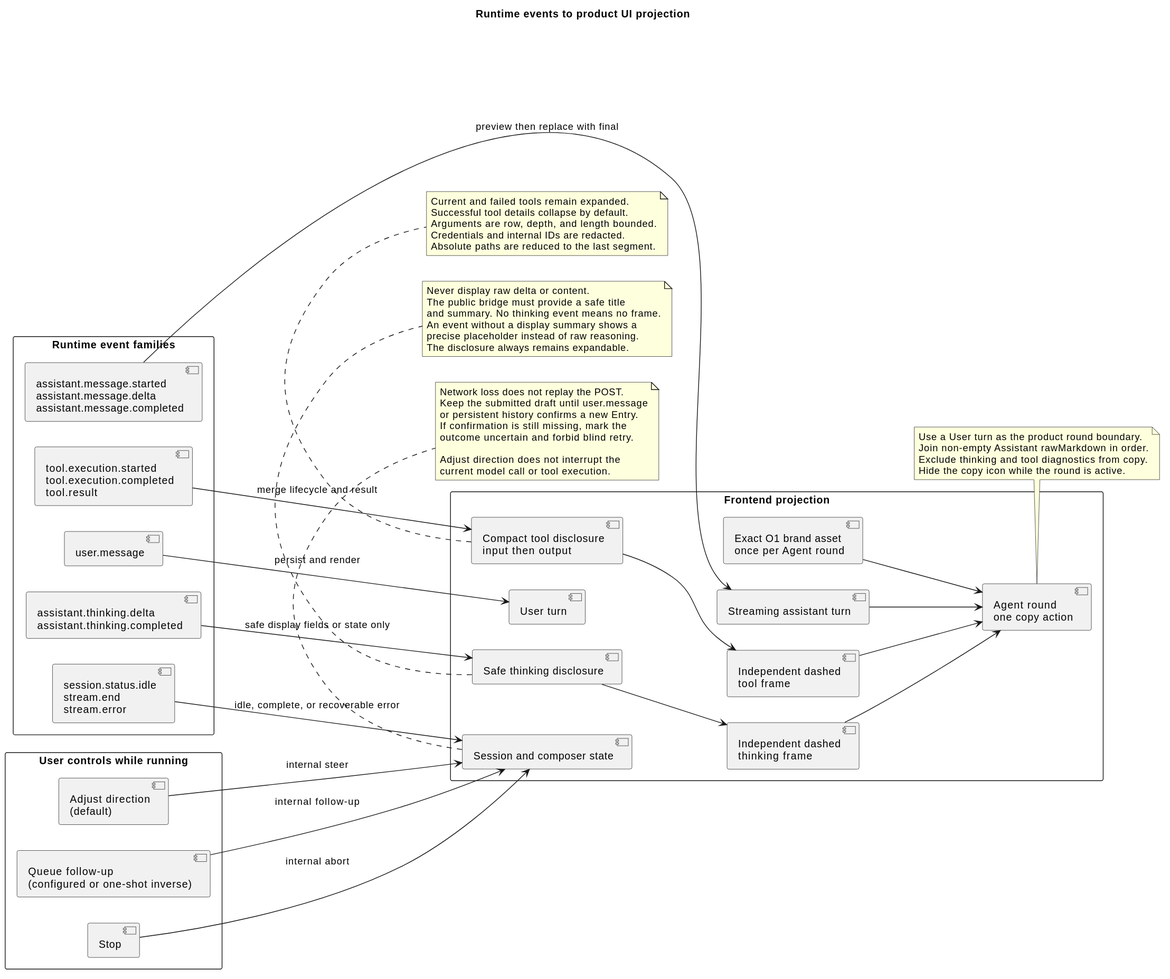
The PlantUML diagram docs/designs/campusclaw-frontend/runtime_event_ui_projection.svg in 2862282695gjh-afk/pi-mono-java, before a commit.
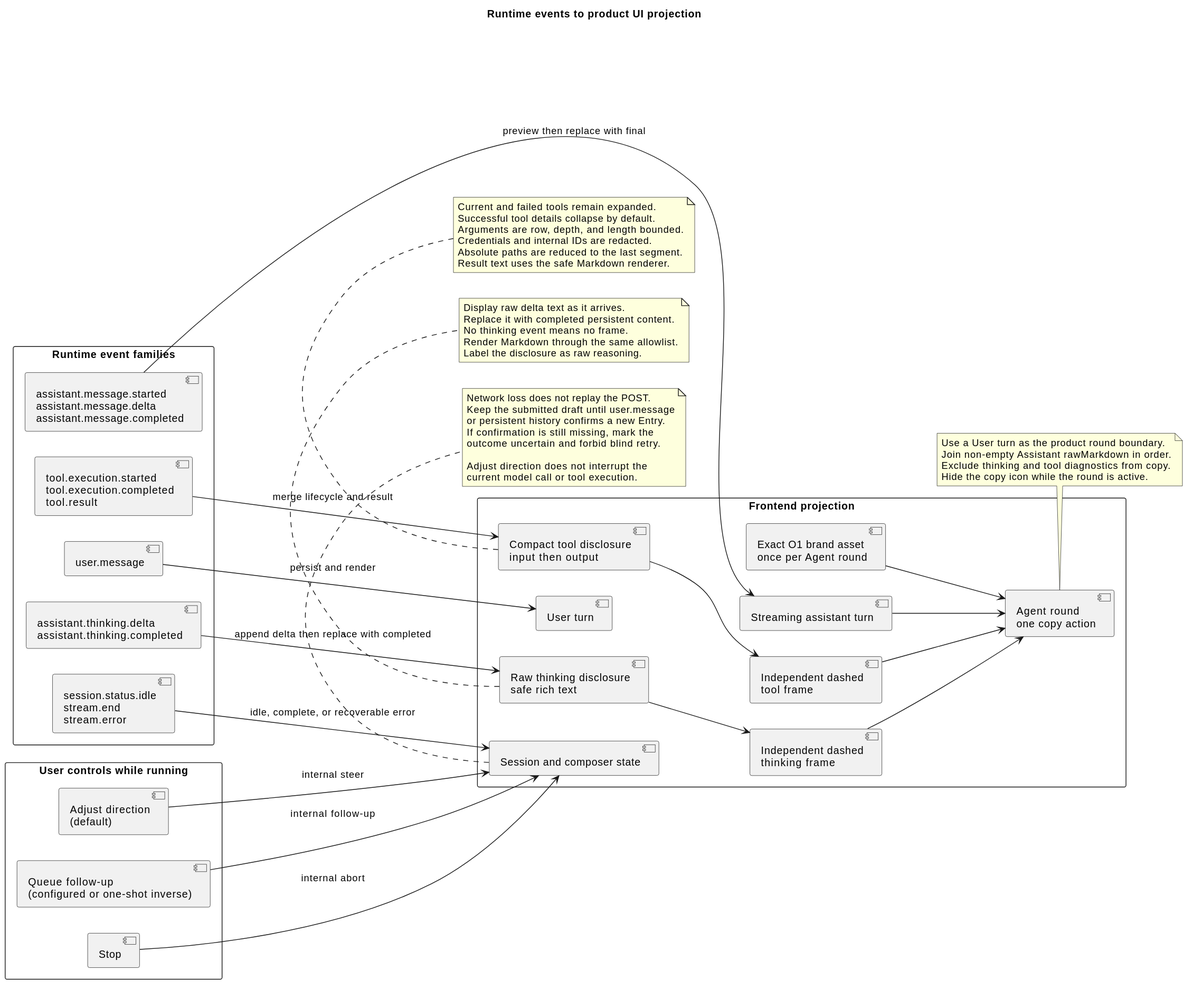
The same file after the commit.

Change to the diagram source:
```diff
@@ -14,7 +14,7 @@
 rectangle "Frontend projection" as Projection {
   component "User turn" as UserTurn
   component "Streaming assistant turn" as AssistantTurn
-  component "Safe thinking disclosure" as ThinkingDisclosure
+  component "Raw thinking disclosure\nsafe rich text" as ThinkingDisclosure
   component "Compact tool disclosure\ninput then output" as ToolDisclosure
   component "Independent dashed\nthinking frame" as ThinkingFrame
   component "Independent dashed\ntool frame" as ToolFrame
@@ -31,7 +31,7 @@
 
 UserEvent --> UserTurn : persist and render
 AssistantEvents --> AssistantTurn : preview then replace with final
-ThinkingEvents --> ThinkingDisclosure : safe display fields or state only
+ThinkingEvents --> ThinkingDisclosure : append delta then replace with completed
 ToolEvents --> ToolDisclosure : merge lifecycle and result
 TerminalEvents --> SessionState : idle, complete, or recoverable error
 ThinkingDisclosure --> ThinkingFrame
@@ -46,12 +46,11 @@
 Stop --> SessionState : internal abort
 
 note bottom of ThinkingDisclosure
-Never display raw delta or content.
-The public bridge must provide a safe title
-and summary. No thinking event means no frame.
-An event without a display summary shows a
-precise placeholder instead of raw reasoning.
-The disclosure always remains expandable.
+Display raw delta text as it arrives.
+Replace it with completed persistent content.
+No thinking event means no frame.
+Render Markdown through the same allowlist.
+Label the disclosure as raw reasoning.
 end note
 
 note bottom of ToolDisclosure
@@ -60,6 +59,7 @@
 Arguments are row, depth, and length bounded.
 Credentials and internal IDs are redacted.
 Absolute paths are reduced to the last segment.
+Result text uses the safe Markdown renderer.
 end note
 
 note bottom of AgentRound
```
